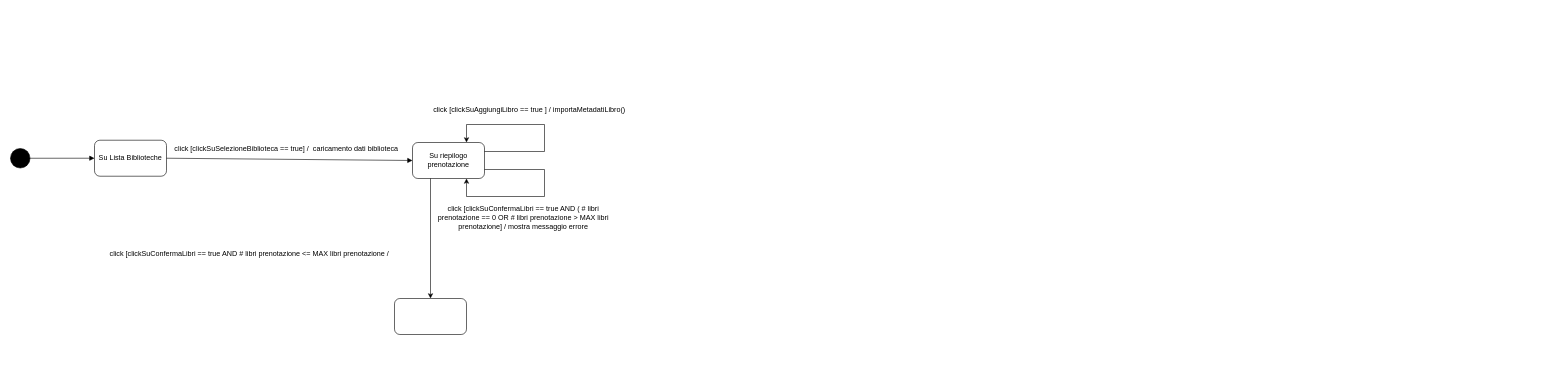
Above: Elaborati Progettazione/Prenota Libro/Diagramma a stati/Prenota libro - stati.drawio in Tom-n7/progettoMurakami (draw.io), before the change. Source tidied: cells renumbered, new cells numbered last; positions are measured from the earlier drawing's top-left corner, leaving out a move shared by most shapes. Both pictures are drawn from the tidied source at 60%, with x=0, y=0 at pixel (10, 100).
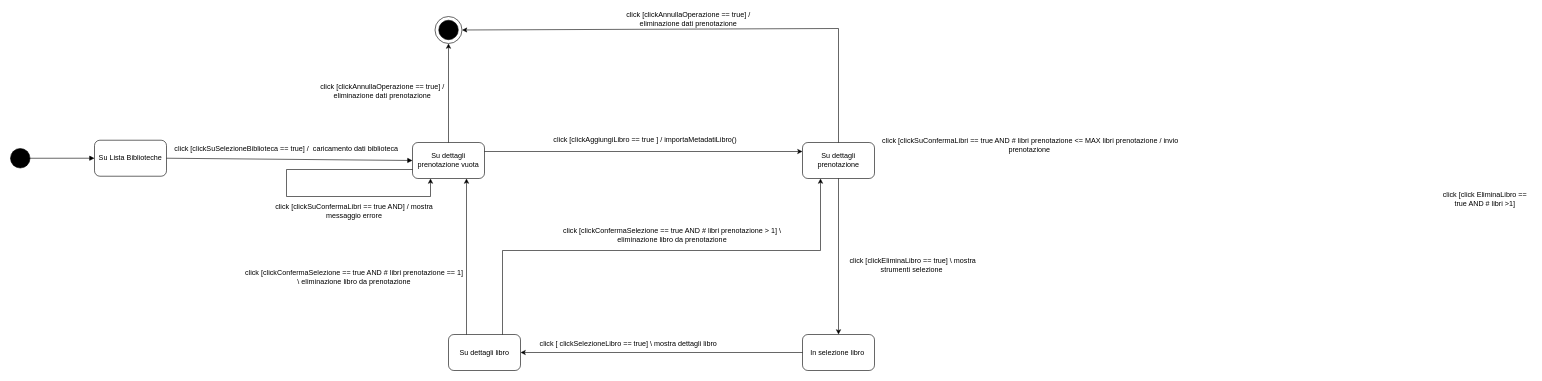
Above is the later version.

The edit, as a diff of the source:
```diff
@@
-    <mxCell id="7" value="Su riepilogo prenotazione" style="rounded=1;whiteSpace=wrap;html=1;" parent="1" vertex="1">
+    <mxCell id="7" value="Su dettagli prenotazione vuota" style="rounded=1;whiteSpace=wrap;html=1;" parent="1" vertex="1">
       <mxGeometry x="670" y="70" width="120" height="60" as="geometry" />
     </mxCell>
-    <mxCell id="8" value="click [clickSuAggiungiLibro == true ] / importaMetadatiLibro()" style="text;html=1;strokeColor=none;fillColor=none;align=center;verticalAlign=middle;whiteSpace=wrap;rounded=0;" parent="1" vertex="1">
-      <mxGeometry x="610" width="510" height="30" as="geometry" />
+    <mxCell id="8" value="click [clickAggiungiLibro == true ] / importaMetadatiLibro()" style="text;html=1;strokeColor=none;fillColor=none;align=center;verticalAlign=middle;whiteSpace=wrap;rounded=0;" parent="1" vertex="1">
+      <mxGeometry x="850" y="50" width="416.2" height="30" as="geometry" />
     </mxCell>
-    <mxCell id="9" style="endArrow=classic;html=1;rounded=0;exitX=1;exitY=0.25;exitDx=0;exitDy=0;entryX=0.75;entryY=0;entryDx=0;entryDy=0;" parent="1" edge="1" source="7" target="7">
-      <mxGeometry relative="1" as="geometry">
-        <Array as="points">
-          <mxPoint x="890" y="85" />
-          <mxPoint x="890" y="40" />
-          <mxPoint x="760" y="40" />
-        </Array>
-      </mxGeometry>
+    <mxCell id="9" style="endArrow=classic;html=1;rounded=0;exitX=1;exitY=0.25;exitDx=0;exitDy=0;entryX=0;entryY=0.25;entryDx=0;entryDy=0;" parent="1" edge="1" source="7" target="19">
+      <mxGeometry relative="1" as="geometry" />
     </mxCell>
-    <mxCell id="10" style="endArrow=classic;html=1;rounded=0;exitX=1;exitY=0.75;exitDx=0;exitDy=0;entryX=0.75;entryY=1;entryDx=0;entryDy=0;" parent="1" edge="1" source="7" target="7">
+    <mxCell id="10" style="endArrow=classic;html=1;rounded=0;exitX=0;exitY=0.75;exitDx=0;exitDy=0;entryX=0.25;entryY=1;entryDx=0;entryDy=0;" parent="1" edge="1" source="7" target="7">
       <mxGeometry relative="1" as="geometry">
         <Array as="points">
-          <mxPoint x="890" y="115" />
-          <mxPoint x="890" y="160" />
-          <mxPoint x="760" y="160" />
+          <mxPoint x="460" y="115" />
+          <mxPoint x="460" y="160" />
+          <mxPoint x="700" y="160" />
         </Array>
       </mxGeometry>
     </mxCell>
-    <mxCell id="11" value="click [clickSuConfermaLibri == true AND ( # libri prenotazione == 0 OR # libri prenotazione &amp;gt; MAX libri prenotazione] / mostra messaggio errore" style="text;html=1;strokeColor=none;fillColor=none;align=center;verticalAlign=middle;whiteSpace=wrap;rounded=0;" parent="1" vertex="1">
-      <mxGeometry x="710" y="180" width="290" height="30" as="geometry" />
+    <mxCell id="11" value="click [clickSuConfermaLibri == true AND] / mostra messaggio errore" style="text;html=1;strokeColor=none;fillColor=none;align=center;verticalAlign=middle;whiteSpace=wrap;rounded=0;" parent="1" vertex="1">
+      <mxGeometry x="428" y="170" width="290" height="30" as="geometry" />
     </mxCell>
-    <mxCell id="12" style="endArrow=classic;html=1;rounded=0;exitX=0.25;exitY=1;exitDx=0;exitDy=0;entryX=0.5;entryY=0;entryDx=0;entryDy=0;" parent="1" edge="1" source="7" target="13">
-      <mxGeometry relative="1" as="geometry" />
-    </mxCell>
-    <mxCell id="13" style="rounded=1;whiteSpace=wrap;html=1;" parent="1" vertex="1">
-      <mxGeometry x="640" y="330" width="120" height="60" as="geometry" />
+    <mxCell id="13" value="In selezione libro&amp;nbsp;" style="rounded=1;whiteSpace=wrap;html=1;" parent="1" vertex="1">
+      <mxGeometry x="1320" y="390" width="120" height="60" as="geometry" />
     </mxCell>
-    <mxCell id="14" value="click [clickSuConfermaLibri == true AND # libri prenotazione &amp;lt;= MAX libri prenotazione /&amp;nbsp;" style="text;html=1;strokeColor=none;fillColor=none;align=center;verticalAlign=middle;whiteSpace=wrap;rounded=0;" parent="1" vertex="1">
-      <mxGeometry x="160" y="240" width="480" height="30" as="geometry" />
+    <mxCell id="14" value="click [clickSuConfermaLibri == true AND # libri prenotazione &amp;lt;= MAX libri prenotazione / invio prenotazione&amp;nbsp;" style="text;html=1;strokeColor=none;fillColor=none;align=center;verticalAlign=middle;whiteSpace=wrap;rounded=0;" parent="1" vertex="1">
+      <mxGeometry x="1450" y="60" width="500" height="30" as="geometry" />
     </mxCell>
+    <mxCell id="15" style="endArrow=classic;html=1;rounded=0;exitX=0.5;exitY=0;exitDx=0;exitDy=0;entryX=0.5;entryY=1;entryDx=0;entryDy=0;" parent="1" edge="1" source="7" target="17">
+      <mxGeometry relative="1" as="geometry" />
+    </mxCell>
+    <mxCell id="16" value="click [clickAnnullaOperazione == true] / eliminazione dati prenotazione" style="text;html=1;strokeColor=none;fillColor=none;align=center;verticalAlign=middle;whiteSpace=wrap;rounded=0;" parent="1" vertex="1">
+      <mxGeometry x="510" y="-30" width="220" height="30" as="geometry" />
+    </mxCell>
+    <mxCell id="17" style="ellipse;whiteSpace=wrap;html=1;" parent="1" vertex="1">
+      <mxGeometry x="707.5" y="-140" width="45" height="45" as="geometry" />
+    </mxCell>
+    <mxCell id="18" style="ellipse;whiteSpace=wrap;html=1;fillColor=#000000;" parent="1" vertex="1">
+      <mxGeometry x="713.8" y="-133.8" width="32.5" height="32.5" as="geometry" />
+    </mxCell>
+    <mxCell id="19" value="Su dettagli prenotazione" style="rounded=1;whiteSpace=wrap;html=1;" parent="1" vertex="1">
+      <mxGeometry x="1320" y="70" width="120" height="60" as="geometry" />
+    </mxCell>
+    <mxCell id="20" value="click [clickEliminaLibro == true] \ mostra strumenti selezione&amp;nbsp;" style="text;html=1;strokeColor=none;fillColor=none;align=center;verticalAlign=middle;whiteSpace=wrap;rounded=0;" parent="1" vertex="1">
+      <mxGeometry x="1380" y="260" width="248" height="30" as="geometry" />
+    </mxCell>
+    <mxCell id="21" value="click [click EliminaLibro == true AND # libri &amp;gt;1]" style="text;html=1;strokeColor=none;fillColor=none;align=center;verticalAlign=middle;whiteSpace=wrap;rounded=0;" parent="1" vertex="1">
+      <mxGeometry x="2380" y="150" width="155" height="30" as="geometry" />
+    </mxCell>
+    <mxCell id="22" style="endArrow=classic;html=1;rounded=0;exitX=0.5;exitY=1;exitDx=0;exitDy=0;entryX=0.5;entryY=0;entryDx=0;entryDy=0;" parent="1" edge="1" source="19" target="13">
+      <mxGeometry relative="1" as="geometry" />
+    </mxCell>
+    <mxCell id="23" value="Su dettagli libro" style="rounded=1;whiteSpace=wrap;html=1;" parent="1" vertex="1">
+      <mxGeometry x="730" y="390" width="120" height="60" as="geometry" />
+    </mxCell>
+    <mxCell id="24" style="endArrow=classic;html=1;rounded=0;exitX=0;exitY=0.5;exitDx=0;exitDy=0;entryX=1;entryY=0.5;entryDx=0;entryDy=0;" parent="1" edge="1" source="13" target="23">
+      <mxGeometry relative="1" as="geometry" />
+    </mxCell>
+    <mxCell id="25" value="click [ clickSelezioneLibro == true] \ mostra dettagli libro" style="text;html=1;strokeColor=none;fillColor=none;align=center;verticalAlign=middle;whiteSpace=wrap;rounded=0;" parent="1" vertex="1">
+      <mxGeometry x="850" y="390" width="360" height="30" as="geometry" />
+    </mxCell>
+    <mxCell id="26" style="endArrow=classic;html=1;rounded=0;exitX=0.25;exitY=0;exitDx=0;exitDy=0;entryX=0.75;entryY=1;entryDx=0;entryDy=0;" parent="1" edge="1" source="23" target="7">
+      <mxGeometry relative="1" as="geometry" />
+    </mxCell>
+    <mxCell id="27" value="click [clickConfermaSelezione == true AND # libri prenotazione == 1] \ eliminazione libro da prenotazione" style="text;html=1;strokeColor=none;fillColor=none;align=center;verticalAlign=middle;whiteSpace=wrap;rounded=0;" parent="1" vertex="1">
+      <mxGeometry x="390" y="280" width="366" height="30" as="geometry" />
+    </mxCell>
+    <mxCell id="28" style="endArrow=classic;html=1;rounded=0;exitX=0.75;exitY=0;exitDx=0;exitDy=0;entryX=0.25;entryY=1;entryDx=0;entryDy=0;" parent="1" edge="1" source="23" target="19">
+      <mxGeometry relative="1" as="geometry">
+        <Array as="points">
+          <mxPoint x="820" y="250" />
+          <mxPoint x="1350" y="250" />
+        </Array>
+      </mxGeometry>
+    </mxCell>
+    <mxCell id="29" value="click [clickConfermaSelezione == true AND # libri prenotazione &amp;gt; 1] \ eliminazione libro da prenotazione" style="text;html=1;strokeColor=none;fillColor=none;align=center;verticalAlign=middle;whiteSpace=wrap;rounded=0;" parent="1" vertex="1">
+      <mxGeometry x="920" y="210" width="366" height="30" as="geometry" />
+    </mxCell>
+    <mxCell id="30" style="endArrow=classic;html=1;rounded=0;exitX=0.5;exitY=0;exitDx=0;exitDy=0;entryX=1;entryY=0.5;entryDx=0;entryDy=0;" parent="1" edge="1" source="19" target="17">
+      <mxGeometry relative="1" as="geometry">
+        <Array as="points">
+          <mxPoint x="1380" y="-120" />
+        </Array>
+      </mxGeometry>
+    </mxCell>
+    <mxCell id="31" value="click [clickAnnullaOperazione == true] / eliminazione dati prenotazione" style="text;html=1;strokeColor=none;fillColor=none;align=center;verticalAlign=middle;whiteSpace=wrap;rounded=0;" parent="1" vertex="1">
+      <mxGeometry x="1020" y="-150" width="220" height="30" as="geometry" />
+    </mxCell>
```
